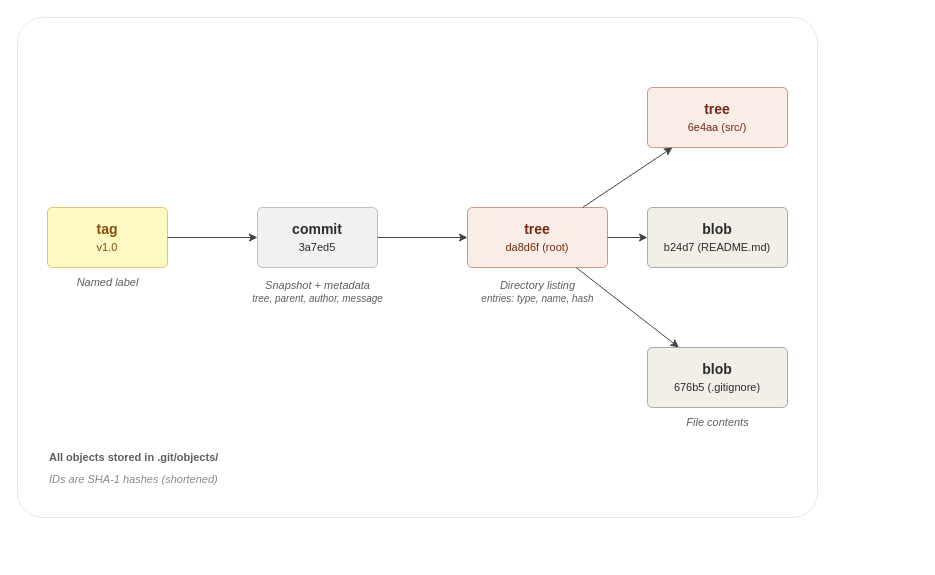
braboj/tutorial-git keeps this draw.io diagram as assets/drawio/git-object-model.drawio. Above is the earlier version. Source tidied: cells renumbered, new cells numbered last; positions are measured from the earlier drawing's top-left corner, leaving out a move shared by most shapes. Both pictures are drawn from the tidied source at 100%, with x=0, y=0 at pixel (17, 17).
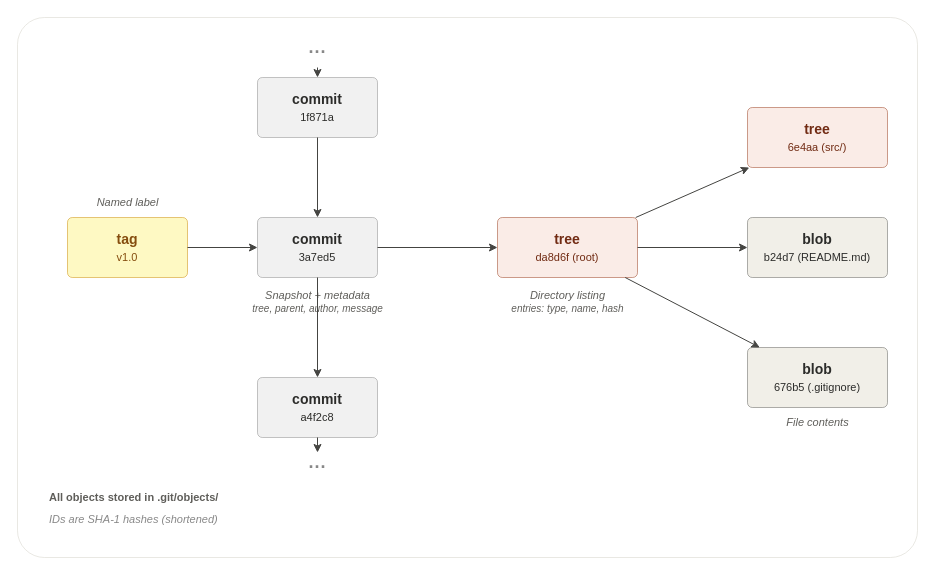
Above is the later version.

Commit message (it also covers changes not shown here):
fix: update object model diagram with vertical commit chain

Match the prototype layout — vertical commit chain with ellipsis at
both ends, tag from the left, tree/blob branching to the right.

Diff of the diagram source:
```diff
@@
     <mxCell id="2" style="rounded=1;whiteSpace=wrap;html=1;fillColor=#FFFFFF;strokeColor=#D3D1C7;strokeWidth=0.5;shadow=0;arcSize=5;" parent="1" vertex="1">
-      <mxGeometry width="800" height="500" as="geometry" />
+      <mxGeometry width="900" height="540" as="geometry" />
     </mxCell>
+    <mxCell id="20" value="···" style="text;html=1;align=center;verticalAlign=middle;fontSize=18;fontColor=#888888;fontFamily=Helvetica;fontStyle=1;" parent="1" vertex="1">
+      <mxGeometry x="280" y="20" width="40" height="30" as="geometry" />
+    </mxCell>
+    <mxCell id="21" value="&lt;b&gt;commit&lt;/b&gt;&lt;br&gt;&lt;font style=&quot;font-size:11px&quot;&gt;1f871a&lt;/font&gt;" style="rounded=1;whiteSpace=wrap;html=1;fillColor=#F1F1F1;strokeColor=#888888;strokeWidth=0.5;shadow=0;arcSize=8;fontSize=14;fontColor=#2C2C2A;fontFamily=Helvetica;verticalAlign=middle;align=center;" parent="1" vertex="1">
+      <mxGeometry x="240" y="60" width="120" height="60" as="geometry" />
+    </mxCell>
     <mxCell id="3" value="&lt;b&gt;tag&lt;/b&gt;&lt;br&gt;&lt;font style=&quot;font-size:11px&quot;&gt;v1.0&lt;/font&gt;" style="rounded=1;whiteSpace=wrap;html=1;fillColor=#FEF9C3;strokeColor=#CA8A04;strokeWidth=0.5;shadow=0;arcSize=8;fontSize=14;fontColor=#854D0E;fontFamily=Helvetica;verticalAlign=middle;align=center;" parent="1" vertex="1">
-      <mxGeometry x="30" y="190" width="120" height="60" as="geometry" />
+      <mxGeometry x="50" y="200" width="120" height="60" as="geometry" />
     </mxCell>
     <mxCell id="4" value="Named label" style="text;html=1;align=center;verticalAlign=middle;fontSize=11;fontColor=#5F5E5A;fontFamily=Helvetica;fontStyle=2;" parent="1" vertex="1">
-      <mxGeometry x="30" y="255" width="120" height="20" as="geometry" />
+      <mxGeometry x="50" y="175" width="120" height="20" as="geometry" />
     </mxCell>
     <mxCell id="5" value="&lt;b&gt;commit&lt;/b&gt;&lt;br&gt;&lt;font style=&quot;font-size:11px&quot;&gt;3a7ed5&lt;/font&gt;" style="rounded=1;whiteSpace=wrap;html=1;fillColor=#F1F1F1;strokeColor=#888888;strokeWidth=0.5;shadow=0;arcSize=8;fontSize=14;fontColor=#2C2C2A;fontFamily=Helvetica;verticalAlign=middle;align=center;" parent="1" vertex="1">
-      <mxGeometry x="240" y="190" width="120" height="60" as="geometry" />
+      <mxGeometry x="240" y="200" width="120" height="60" as="geometry" />
     </mxCell>
     <mxCell id="6" value="Snapshot + metadata&lt;br&gt;&lt;font style=&quot;font-size:10px&quot;&gt;tree, parent, author, message&lt;/font&gt;" style="text;html=1;align=center;verticalAlign=top;fontSize=11;fontColor=#5F5E5A;fontFamily=Helvetica;fontStyle=2;" parent="1" vertex="1">
-      <mxGeometry x="215" y="255" width="170" height="35" as="geometry" />
+      <mxGeometry x="215" y="265" width="170" height="35" as="geometry" />
     </mxCell>
+    <mxCell id="22" value="&lt;b&gt;commit&lt;/b&gt;&lt;br&gt;&lt;font style=&quot;font-size:11px&quot;&gt;a4f2c8&lt;/font&gt;" style="rounded=1;whiteSpace=wrap;html=1;fillColor=#F1F1F1;strokeColor=#888888;strokeWidth=0.5;shadow=0;arcSize=8;fontSize=14;fontColor=#2C2C2A;fontFamily=Helvetica;verticalAlign=middle;align=center;" parent="1" vertex="1">
+      <mxGeometry x="240" y="360" width="120" height="60" as="geometry" />
+    </mxCell>
+    <mxCell id="23" value="···" style="text;html=1;align=center;verticalAlign=middle;fontSize=18;fontColor=#888888;fontFamily=Helvetica;fontStyle=1;" parent="1" vertex="1">
+      <mxGeometry x="280" y="435" width="40" height="30" as="geometry" />
+    </mxCell>
     <mxCell id="7" value="&lt;b&gt;tree&lt;/b&gt;&lt;br&gt;&lt;font style=&quot;font-size:11px&quot;&gt;da8d6f (root)&lt;/font&gt;" style="rounded=1;whiteSpace=wrap;html=1;fillColor=#FAECE7;strokeColor=#993C1D;strokeWidth=0.5;shadow=0;arcSize=8;fontSize=14;fontColor=#712B13;fontFamily=Helvetica;verticalAlign=middle;align=center;" parent="1" vertex="1">
-      <mxGeometry x="450" y="190" width="140" height="60" as="geometry" />
+      <mxGeometry x="480" y="200" width="140" height="60" as="geometry" />
     </mxCell>
     <mxCell id="8" value="Directory listing&lt;br&gt;&lt;font style=&quot;font-size:10px&quot;&gt;entries: type, name, hash&lt;/font&gt;" style="text;html=1;align=center;verticalAlign=top;fontSize=11;fontColor=#5F5E5A;fontFamily=Helvetica;fontStyle=2;" parent="1" vertex="1">
-      <mxGeometry x="435" y="255" width="170" height="35" as="geometry" />
+      <mxGeometry x="465" y="265" width="170" height="35" as="geometry" />
     </mxCell>
     <mxCell id="9" value="&lt;b&gt;tree&lt;/b&gt;&lt;br&gt;&lt;font style=&quot;font-size:11px&quot;&gt;6e4aa (src/)&lt;/font&gt;" style="rounded=1;whiteSpace=wrap;html=1;fillColor=#FAECE7;strokeColor=#993C1D;strokeWidth=0.5;shadow=0;arcSize=8;fontSize=14;fontColor=#712B13;fontFamily=Helvetica;verticalAlign=middle;align=center;" parent="1" vertex="1">
-      <mxGeometry x="630" y="70" width="140" height="60" as="geometry" />
+      <mxGeometry x="730" y="90" width="140" height="60" as="geometry" />
     </mxCell>
     <mxCell id="10" value="&lt;b&gt;blob&lt;/b&gt;&lt;br&gt;&lt;font style=&quot;font-size:11px&quot;&gt;b24d7 (README.md)&lt;/font&gt;" style="rounded=1;whiteSpace=wrap;html=1;fillColor=#F1EFE8;strokeColor=#5F5E5A;strokeWidth=0.5;shadow=0;arcSize=8;fontSize=14;fontColor=#2C2C2A;fontFamily=Helvetica;verticalAlign=middle;align=center;" parent="1" vertex="1">
-      <mxGeometry x="630" y="190" width="140" height="60" as="geometry" />
+      <mxGeometry x="730" y="200" width="140" height="60" as="geometry" />
     </mxCell>
     <mxCell id="11" value="&lt;b&gt;blob&lt;/b&gt;&lt;br&gt;&lt;font style=&quot;font-size:11px&quot;&gt;676b5 (.gitignore)&lt;/font&gt;" style="rounded=1;whiteSpace=wrap;html=1;fillColor=#F1EFE8;strokeColor=#5F5E5A;strokeWidth=0.5;shadow=0;arcSize=8;fontSize=14;fontColor=#2C2C2A;fontFamily=Helvetica;verticalAlign=middle;align=center;" parent="1" vertex="1">
-      <mxGeometry x="630" y="330" width="140" height="60" as="geometry" />
+      <mxGeometry x="730" y="330" width="140" height="60" as="geometry" />
     </mxCell>
     <mxCell id="12" value="File contents" style="text;html=1;align=center;verticalAlign=middle;fontSize=11;fontColor=#5F5E5A;fontFamily=Helvetica;fontStyle=2;" parent="1" vertex="1">
-      <mxGeometry x="630" y="395" width="140" height="20" as="geometry" />
+      <mxGeometry x="730" y="395" width="140" height="20" as="geometry" />
     </mxCell>
+    <mxCell id="24" style="endArrow=classic;html=1;strokeColor=#444441;strokeWidth=1;endFill=1;endSize=6;" parent="1" edge="1">
+      <mxGeometry relative="1" as="geometry">
+        <mxPoint x="300" y="50" as="sourcePoint" />
+        <mxPoint x="300" y="60" as="targetPoint" />
+      </mxGeometry>
+    </mxCell>
+    <mxCell id="25" style="endArrow=classic;html=1;strokeColor=#444441;strokeWidth=1;endFill=1;endSize=6;" parent="1" edge="1" source="21" target="5">
+      <mxGeometry relative="1" as="geometry" />
+    </mxCell>
+    <mxCell id="26" style="endArrow=classic;html=1;strokeColor=#444441;strokeWidth=1;endFill=1;endSize=6;" parent="1" edge="1" source="5" target="22">
+      <mxGeometry relative="1" as="geometry" />
+    </mxCell>
+    <mxCell id="27" style="endArrow=classic;html=1;strokeColor=#444441;strokeWidth=1;endFill=1;endSize=6;" parent="1" edge="1">
+      <mxGeometry relative="1" as="geometry">
+        <mxPoint x="300" y="420" as="sourcePoint" />
+        <mxPoint x="300" y="435" as="targetPoint" />
+      </mxGeometry>
+    </mxCell>
@@
     <mxCell id="18" value="&lt;b&gt;All objects stored in .git/objects/&lt;/b&gt;" style="text;html=1;align=left;verticalAlign=middle;fontSize=11;fontColor=#5F5E5A;fontFamily=Helvetica;" parent="1" vertex="1">
-      <mxGeometry x="30" y="430" width="250" height="20" as="geometry" />
+      <mxGeometry x="30" y="470" width="250" height="20" as="geometry" />
     </mxCell>
     <mxCell id="19" value="IDs are SHA-1 hashes (shortened)" style="text;html=1;align=left;verticalAlign=middle;fontSize=11;fontColor=#888888;fontFamily=Helvetica;fontStyle=2;" parent="1" vertex="1">
-      <mxGeometry x="30" y="452" width="250" height="20" as="geometry" />
+      <mxGeometry x="30" y="492" width="250" height="20" as="geometry" />
     </mxCell>
```
